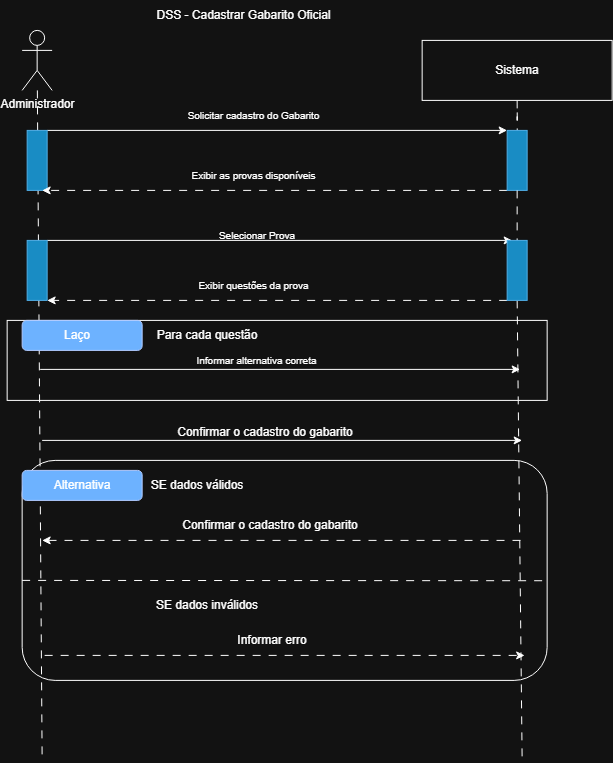
Before: diagrama_sequência_sistema_altaprioridade/Cadastrar Gabarito.png, a diagram exported from draw.io (ltcassis/RESAB-Engenharia-de-Soft). Source tidied: cells renumbered, new cells last; positions are measured from the earlier drawing's top-left corner, leaving out a move shared by most shapes.
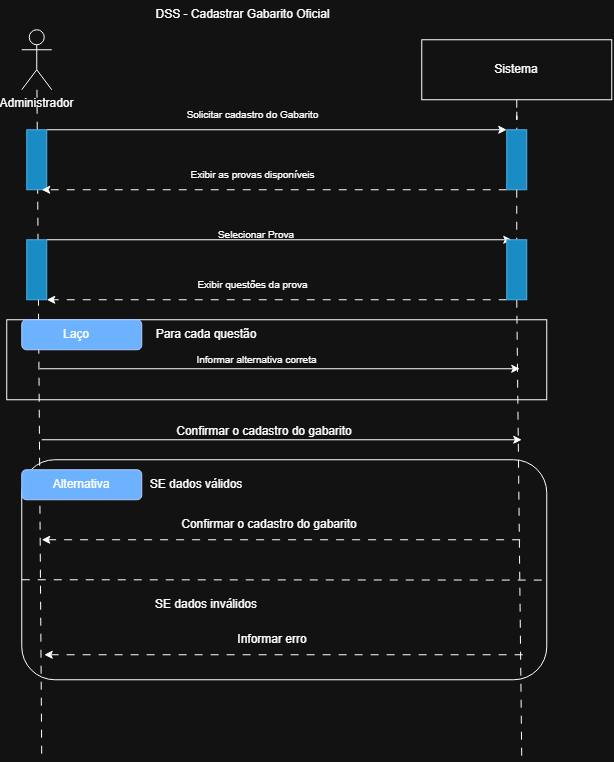
After the commit.

Diff of the diagram source:
```diff
@@ -92,7 +92,7 @@
         <mxPoint x="15" y="580" as="sourcePoint" />
       </mxGeometry>
     </mxCell>
-    <mxCell id="29" style="rounded=0;orthogonalLoop=1;jettySize=auto;html=1;innerLoopWaypoints=1;dashed=1;dashPattern=8 8;endArrow=classic;endFill=1;startArrow=none;startFill=0;" parent="1" edge="1">
+    <mxCell id="29" style="rounded=0;orthogonalLoop=1;jettySize=auto;html=1;innerLoopWaypoints=1;dashed=1;dashPattern=8 8;endArrow=none;endFill=0;startArrow=classic;startFill=1;" parent="1" edge="1">
       <mxGeometry relative="1" as="geometry">
         <mxPoint x="37.5" y="655" as="sourcePoint" />
         <mxPoint x="517.5" y="655" as="targetPoint" />
```
